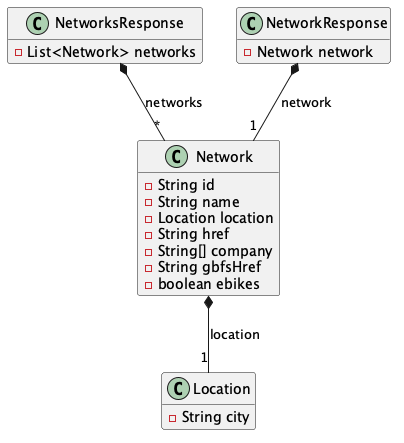
This is Docs/Models/domain.png from isunican/App-Bicis-Grupo1, a PlantUML export, as it was before one commit.
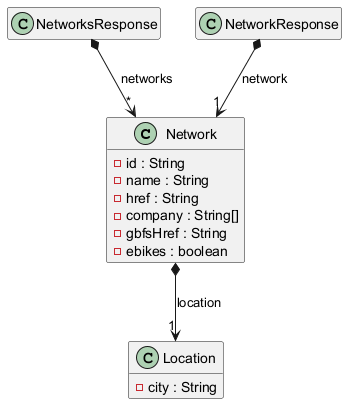
After the change.

What changed in the source:
```diff
@@ -3,29 +3,28 @@
 hide empty members
 
 class Network {
-    - String id
-    - String name
-    - Location location
-    - String href
-    - String[] company
-    - String gbfsHref
-    - boolean ebikes
+    - id : String
+    - name : String
+    - href : String
+    - company : String[]
+    - gbfsHref : String
+    - ebikes : boolean
 }
 
 class Location {
-    - String city
+    - city : String
 }
 
 class NetworksResponse {
-    - List<Network> networks
+
 }
 
 class NetworkResponse {
-    - Network network
+
 }
 
-Network *-- "1" Location : location
-NetworksResponse *-- "*" Network : networks
-NetworkResponse *-- "1" Network : network
+Network *--> "1" Location : location
+NetworksResponse *--> "*" Network : networks
+NetworkResponse *--> "1" Network : network
 
 @enduml
```
